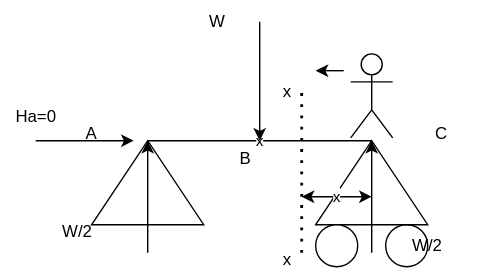
This is Untitled Diagram.drawio.svg from AvinashLikesToLearnNewStuff/Random-Stuff, a draw.io export, as it was before one commit. Source tidied: cells renumbered, new cells last; positions are measured from the earlier drawing's top-left corner, leaving out a move shared by most shapes.
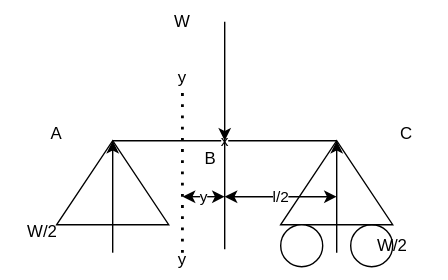
The same diagram one commit later.

Diff of the diagram source:
```diff
@@ -57,38 +57,32 @@
     </mxCell>
     <mxCell id="16" style="endArrow=none;dashed=1;html=1;dashPattern=1 3;strokeWidth=2;rounded=0;" parent="1" edge="1">
       <mxGeometry relative="1" as="geometry">
-        <mxPoint x="215" y="180" as="sourcePoint" />
-        <mxPoint x="215" y="60" as="targetPoint" />
+        <mxPoint x="154.8" y="180" as="sourcePoint" />
+        <mxPoint x="154.8" y="60" as="targetPoint" />
       </mxGeometry>
     </mxCell>
-    <mxCell id="17" value="x" style="endArrow=classic;startArrow=classic;html=1;rounded=0;" parent="1" edge="1">
+    <mxCell id="17" value="y" style="endArrow=classic;startArrow=classic;html=1;rounded=0;" parent="1" edge="1">
       <mxGeometry relative="1" as="geometry">
-        <mxPoint x="215" y="140" as="sourcePoint" />
-        <mxPoint x="265" y="140" as="targetPoint" />
+        <mxPoint x="155" y="140" as="sourcePoint" />
+        <mxPoint x="185" y="140" as="targetPoint" />
       </mxGeometry>
     </mxCell>
-    <mxCell id="18" value="x" style="text;strokeColor=none;align=center;fillColor=none;html=1;verticalAlign=middle;whiteSpace=wrap;rounded=0;" parent="1" vertex="1">
-      <mxGeometry x="175" y="50" width="60" height="30" as="geometry" />
+    <mxCell id="18" value="y" style="text;strokeColor=none;align=center;fillColor=none;html=1;verticalAlign=middle;whiteSpace=wrap;rounded=0;" parent="1" vertex="1">
+      <mxGeometry x="125" y="40" width="60" height="30" as="geometry" />
     </mxCell>
-    <mxCell id="19" value="x" style="text;strokeColor=none;align=center;fillColor=none;html=1;verticalAlign=middle;whiteSpace=wrap;rounded=0;" parent="1" vertex="1">
-      <mxGeometry x="175" y="170" width="60" height="30" as="geometry" />
+    <mxCell id="19" value="y" style="text;strokeColor=none;align=center;fillColor=none;html=1;verticalAlign=middle;whiteSpace=wrap;rounded=0;" parent="1" vertex="1">
+      <mxGeometry x="125" y="170" width="60" height="30" as="geometry" />
     </mxCell>
-    <mxCell id="20" style="endArrow=classic;html=1;rounded=0;" parent="1" edge="1">
-      <mxGeometry relative="1" as="geometry">
-        <mxPoint x="25" y="100" as="sourcePoint" />
-        <mxPoint x="95" y="100" as="targetPoint" />
-      </mxGeometry>
-    </mxCell>
-    <mxCell id="21" value="Ha=0" style="text;html=1;align=center;verticalAlign=middle;strokeColor=none;fillColor=none;" parent="1" vertex="1">
-      <mxGeometry y="68" width="50" height="30" as="geometry" />
-    </mxCell>
-    <mxCell id="22" style="shape=umlActor;verticalLabelPosition=bottom;verticalAlign=top;html=1;" parent="1" vertex="1">
-      <mxGeometry x="250" y="38" width="30" height="60" as="geometry" />
-    </mxCell>
-    <mxCell id="23" style="endArrow=classic;html=1;rounded=0;entryX=0.833;entryY=0;entryDx=0;entryDy=0;entryPerimeter=0;" parent="1" edge="1" target="18">
-      <mxGeometry relative="1" as="geometry">
-        <mxPoint x="245" y="50" as="sourcePoint" />
-      </mxGeometry>
-    </mxCell>
+    <mxCell id="24" style="endArrow=none;html=1;rounded=0;entryX=0.75;entryY=0;entryDx=0;entryDy=0;exitX=1;exitY=0.25;exitDx=0;exitDy=0;" parent="1" edge="1" source="19">
+      <mxGeometry relative="1" as="geometry">
+        <mxPoint x="185" y="98" as="targetPoint" />
+      </mxGeometry>
+    </mxCell>
+    <mxCell id="25" value="l/2" style="endArrow=classic;startArrow=classic;html=1;" parent="1" edge="1">
+      <mxGeometry relative="1" as="geometry">
+        <mxPoint x="185" y="140" as="sourcePoint" />
+        <mxPoint x="265" y="140" as="targetPoint" />
+      </mxGeometry>
+    </mxCell>
   </root>
 </mxGraphModel>
```
